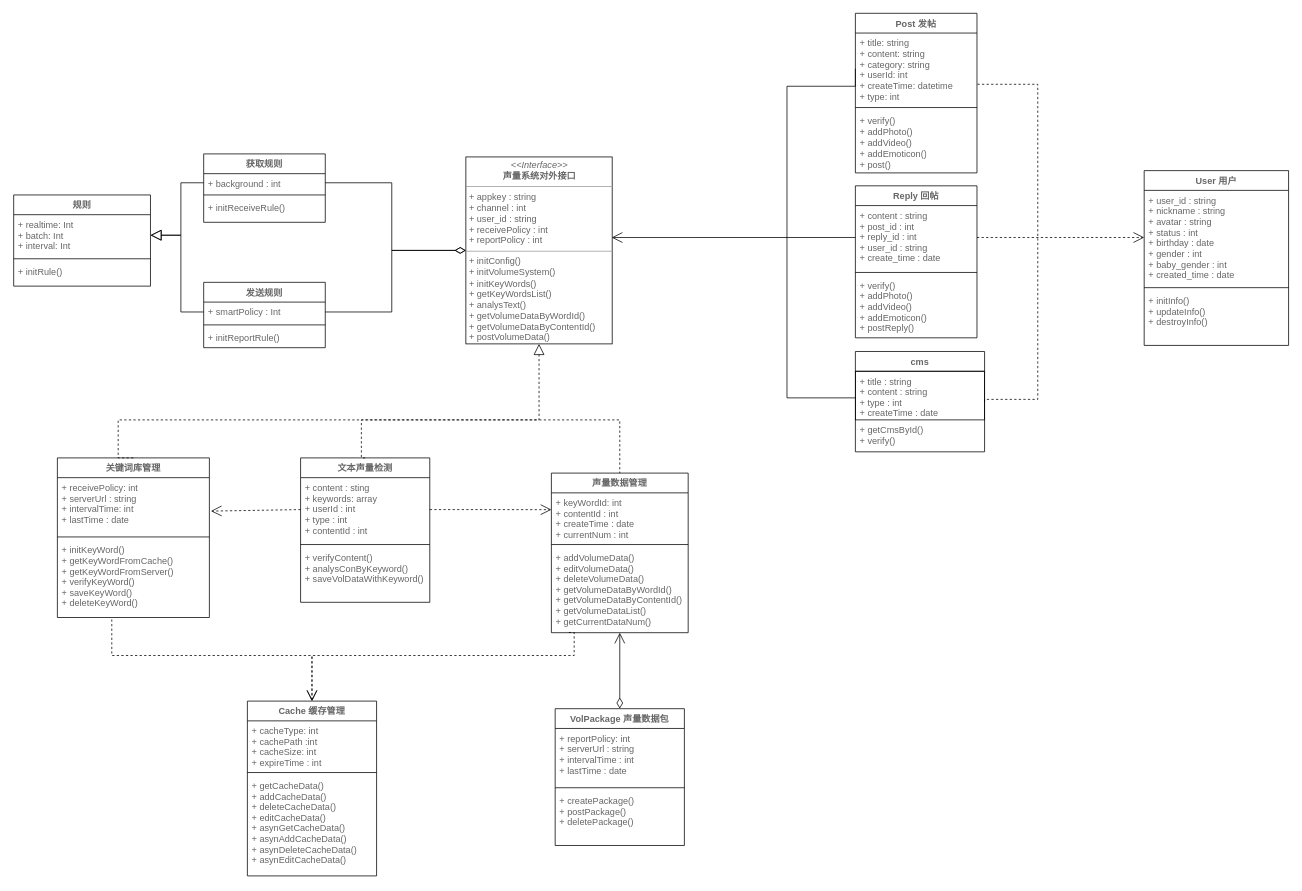
Earlier version of the draw.io diagram page "Page-4" (4 of 5) of 声量系统UML.drawio (ikeyyang/uml). Source tidied: cells renumbered, new cells numbered last; positions are measured from the earlier drawing's top-left corner, leaving out a move shared by most shapes. Both pictures are drawn from the tidied source at 76%, with x=0, y=0 at pixel (13, 13).
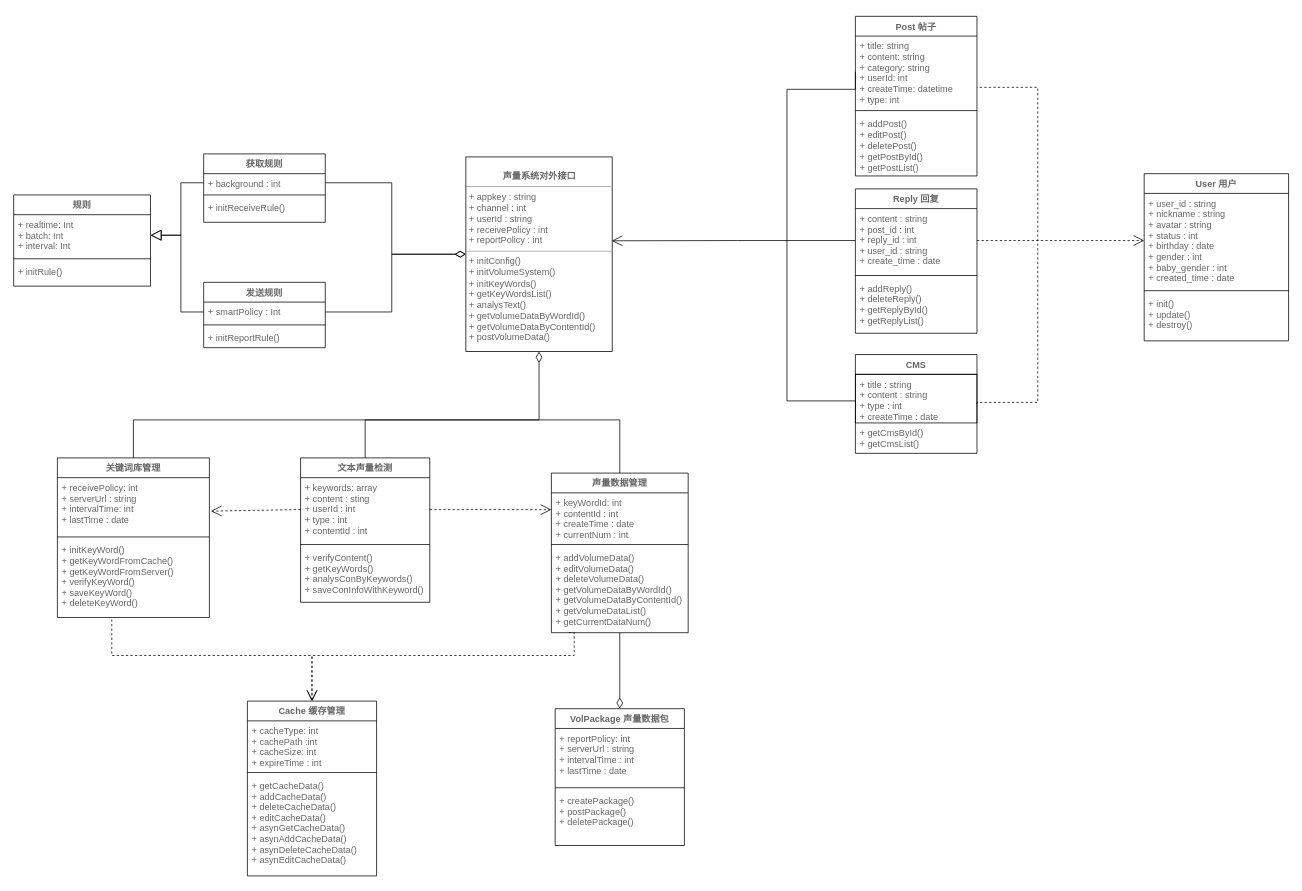
Above is the later version.

Unchanged cells that the change refers to:
```xml
<mxCell id="12" value="+ title: string&#10;+ content: string&#10;+ category: string&#10;+ userId: int&#10;+ createTime: datetime&#10;+ type: int" style="text;strokeColor=none;fillColor=none;align=left;verticalAlign=top;spacingLeft=4;spacingRight=4;overflow=hidden;points=[[0,0.5],[1,0.5]];portConstraint=eastwest;fontColor=#666666;" parent="11" vertex="1">
  <mxGeometry y="26" width="160" height="94" as="geometry" />
</mxCell>
<mxCell id="16" value="文本声量检测" style="swimlane;fontStyle=1;align=center;verticalAlign=top;horizontal=1;startSize=26;strokeColor=#000000;strokeWidth=1;fillColor=none;fontColor=#666666;" parent="1" vertex="1">
  <mxGeometry x="378" y="585" width="170" height="190" as="geometry" />
</mxCell>
<mxCell id="21" value="关键词库管理" style="swimlane;fontStyle=1;align=center;verticalAlign=top;horizontal=1;startSize=26;strokeColor=#000000;strokeWidth=1;fillColor=none;fontColor=#666666;" parent="1" vertex="1">
  <mxGeometry x="58" y="585" width="200" height="210" as="geometry" />
</mxCell>
<mxCell id="25" value="声量数据管理" style="swimlane;fontStyle=1;align=center;verticalAlign=top;horizontal=1;startSize=26;strokeColor=#000000;strokeWidth=1;fillColor=none;fontColor=#666666;" parent="1" vertex="1">
  <mxGeometry x="708" y="605" width="180" height="210" as="geometry" />
</mxCell>
<mxCell id="28" value="+ addVolumeData()&#10;+ editVolumeData()&#10;+ deleteVolumeData()&#10;+ getVolumeDataByWordId()&#10;+ getVolumeDataByContentId()&#10;+ getVolumeDataList()&#10;+ getCurrentDataNum()" style="text;strokeColor=none;fillColor=none;align=left;verticalAlign=top;spacingLeft=4;spacingRight=4;overflow=hidden;points=[[0,0.5],[1,0.5]];portConstraint=eastwest;fontColor=#666666;" parent="25" vertex="1">
  <mxGeometry y="98" width="180" height="112" as="geometry" />
</mxCell>
<mxCell id="34" value="VolPackage 声量数据包" style="swimlane;fontStyle=1;align=center;verticalAlign=top;horizontal=1;startSize=26;strokeColor=#000000;strokeWidth=1;fillColor=none;fontColor=#666666;" parent="1" vertex="1">
  <mxGeometry x="713" y="915" width="170" height="180" as="geometry" />
</mxCell>
```

The edit, as a diff of the source:
```diff
@@
-    <mxCell id="2" value="&lt;p style=&quot;margin: 0px ; margin-top: 4px ; text-align: center&quot;&gt;&lt;font&gt;&lt;i&gt;&amp;lt;&amp;lt;Interface&amp;gt;&amp;gt;&lt;/i&gt;&lt;br&gt;&lt;b&gt;声量系统对外接口&lt;/b&gt;&lt;/font&gt;&lt;/p&gt;&lt;hr size=&quot;1&quot;&gt;&lt;p style=&quot;margin: 0px ; margin-left: 4px&quot;&gt;&lt;font&gt;+ appkey : string&lt;br&gt;+ channel : int&lt;/font&gt;&lt;/p&gt;&lt;p style=&quot;margin: 0px ; margin-left: 4px&quot;&gt;&lt;font&gt;+ user_id : string&lt;/font&gt;&lt;/p&gt;&lt;p style=&quot;margin: 0px ; margin-left: 4px&quot;&gt;&lt;font&gt;+ receivePolicy : int&lt;/font&gt;&lt;/p&gt;&lt;p style=&quot;margin: 0px ; margin-left: 4px&quot;&gt;&lt;font&gt;+ reportPolicy : int&amp;nbsp;&lt;/font&gt;&lt;/p&gt;&lt;hr size=&quot;1&quot;&gt;&lt;p style=&quot;margin: 0px ; margin-left: 4px&quot;&gt;&lt;font&gt;+ initConfig()&lt;/font&gt;&lt;/p&gt;&lt;p style=&quot;margin: 0px ; margin-left: 4px&quot;&gt;&lt;font&gt;+ initVolumeSystem()&lt;/font&gt;&lt;/p&gt;&lt;p style=&quot;margin: 0px ; margin-left: 4px&quot;&gt;&lt;font&gt;+ initKeyWords()&lt;/font&gt;&lt;/p&gt;&lt;p style=&quot;margin: 0px ; margin-left: 4px&quot;&gt;&lt;font&gt;+ getKeyWordsList()&lt;/font&gt;&lt;/p&gt;&lt;p style=&quot;margin: 0px ; margin-left: 4px&quot;&gt;&lt;font&gt;+ analysText()&lt;/font&gt;&lt;/p&gt;&lt;p style=&quot;margin: 0px ; margin-left: 4px&quot;&gt;&lt;font&gt;+ getVolumeDataByWordId()&lt;/font&gt;&lt;/p&gt;&lt;p style=&quot;margin: 0px ; margin-left: 4px&quot;&gt;&lt;font&gt;+ getVolumeDataByContentId()&lt;/font&gt;&lt;/p&gt;&lt;p style=&quot;margin: 0px ; margin-left: 4px&quot;&gt;&lt;font&gt;+ postVolumeData()&lt;/font&gt;&lt;/p&gt;&lt;p style=&quot;margin: 0px ; margin-left: 4px&quot;&gt;&lt;br&gt;&lt;/p&gt;" style="verticalAlign=top;align=left;overflow=fill;fontSize=12;fontFamily=Helvetica;html=1;strokeColor=#000000;strokeWidth=1;fillColor=none;fontColor=#666666;" parent="1" vertex="1">
-      <mxGeometry x="595.5" y="189" width="192.5" height="246" as="geometry" />
+    <mxCell id="2" value="&lt;p style=&quot;margin: 0px ; margin-top: 4px ; text-align: center&quot;&gt;&lt;font&gt;&lt;br&gt;&lt;b&gt;声量系统对外接口&lt;/b&gt;&lt;/font&gt;&lt;/p&gt;&lt;hr size=&quot;1&quot;&gt;&lt;p style=&quot;margin: 0px ; margin-left: 4px&quot;&gt;&lt;font&gt;+ appkey : string&lt;br&gt;+ channel : int&lt;/font&gt;&lt;/p&gt;&lt;p style=&quot;margin: 0px ; margin-left: 4px&quot;&gt;&lt;font&gt;+ userId : string&lt;/font&gt;&lt;/p&gt;&lt;p style=&quot;margin: 0px ; margin-left: 4px&quot;&gt;&lt;font&gt;+ receivePolicy : int&lt;/font&gt;&lt;/p&gt;&lt;p style=&quot;margin: 0px ; margin-left: 4px&quot;&gt;&lt;font&gt;+ reportPolicy : int&amp;nbsp;&lt;/font&gt;&lt;/p&gt;&lt;hr size=&quot;1&quot;&gt;&lt;p style=&quot;margin: 0px ; margin-left: 4px&quot;&gt;&lt;span&gt;+ initConfig()&lt;/span&gt;&lt;br&gt;&lt;/p&gt;&lt;p style=&quot;margin: 0px ; margin-left: 4px&quot;&gt;&lt;font&gt;+ initVolumeSystem()&lt;/font&gt;&lt;/p&gt;&lt;p style=&quot;margin: 0px ; margin-left: 4px&quot;&gt;&lt;font&gt;+ initKeyWords()&lt;/font&gt;&lt;/p&gt;&lt;p style=&quot;margin: 0px ; margin-left: 4px&quot;&gt;&lt;font&gt;+ getKeyWordsList()&lt;/font&gt;&lt;/p&gt;&lt;p style=&quot;margin: 0px ; margin-left: 4px&quot;&gt;&lt;font&gt;+ analysText()&lt;/font&gt;&lt;/p&gt;&lt;p style=&quot;margin: 0px ; margin-left: 4px&quot;&gt;&lt;font&gt;+ getVolumeDataByWordId()&lt;/font&gt;&lt;/p&gt;&lt;p style=&quot;margin: 0px ; margin-left: 4px&quot;&gt;&lt;font&gt;+ getVolumeDataByContentId()&lt;/font&gt;&lt;/p&gt;&lt;p style=&quot;margin: 0px ; margin-left: 4px&quot;&gt;&lt;font&gt;+ postVolumeData()&lt;/font&gt;&lt;/p&gt;&lt;p style=&quot;margin: 0px ; margin-left: 4px&quot;&gt;&lt;br&gt;&lt;/p&gt;" style="verticalAlign=top;align=left;overflow=fill;fontSize=12;fontFamily=Helvetica;html=1;strokeColor=#000000;strokeWidth=1;fillColor=none;fontColor=#666666;" parent="1" vertex="1">
+      <mxGeometry x="595.5" y="189" width="192.5" height="256" as="geometry" />
     </mxCell>
-    <mxCell id="3" value="Reply 回帖" style="swimlane;fontStyle=1;align=center;verticalAlign=top;horizontal=1;startSize=26;strokeColor=#000000;strokeWidth=1;fillColor=none;fontColor=#666666;" parent="1" vertex="1">
-      <mxGeometry x="1108" y="227" width="160" height="200" as="geometry" />
+    <mxCell id="3" value="Reply 回复" style="swimlane;fontStyle=1;align=center;verticalAlign=top;horizontal=1;startSize=26;strokeColor=#000000;strokeWidth=1;fillColor=none;fontColor=#666666;" parent="1" vertex="1">
+      <mxGeometry x="1108" y="231" width="160" height="190" as="geometry" />
     </mxCell>
@@
-    <mxCell id="6" value="+ verify()&#10;+ addPhoto()&#10;+ addVideo()&#10;+ addEmoticon()&#10;+ postReply()" style="text;strokeColor=none;fillColor=none;align=left;verticalAlign=top;spacingLeft=4;spacingRight=4;overflow=hidden;fontColor=#666666;" parent="3" vertex="1">
-      <mxGeometry y="118" width="160" height="82" as="geometry" />
+    <mxCell id="6" value="+ addReply()&#10;+ deleteReply()&#10;+ getReplyById()&#10;+ getReplyList()" style="text;strokeColor=none;fillColor=none;align=left;verticalAlign=top;spacingLeft=4;spacingRight=4;overflow=hidden;fontColor=#666666;" parent="3" vertex="1">
+      <mxGeometry y="118" width="160" height="72" as="geometry" />
     </mxCell>
     <mxCell id="7" style="edgeStyle=orthogonalEdgeStyle;rounded=0;jettySize=auto;html=1;exitX=1;exitY=0.5;exitDx=0;exitDy=0;entryX=1;entryY=0.717;entryDx=0;entryDy=0;entryPerimeter=0;dashed=1;startSize=12;endArrow=none;endFill=0;endSize=12;fontColor=#666666;" parent="1" edge="1" source="8" target="12">
       <mxGeometry relative="1" as="geometry">
         <Array as="points">
-          <mxPoint x="1348" y="508" />
-          <mxPoint x="1348" y="93" />
+          <mxPoint x="1348" y="512" />
+          <mxPoint x="1348" y="97" />
         </Array>
       </mxGeometry>
     </mxCell>
-    <mxCell id="8" value="cms" style="swimlane;fontStyle=1;align=center;verticalAlign=top;horizontal=1;startSize=26;strokeColor=#000000;strokeWidth=1;fillColor=none;fontColor=#666666;" parent="1" vertex="1">
-      <mxGeometry x="1108" y="445" width="170" height="132" as="geometry" />
+    <mxCell id="8" value="CMS" style="swimlane;fontStyle=1;align=center;verticalAlign=top;horizontal=1;startSize=26;strokeColor=#000000;strokeWidth=1;fillColor=none;fontColor=#666666;" parent="1" vertex="1">
+      <mxGeometry x="1108" y="449" width="160" height="130" as="geometry" />
     </mxCell>
     <mxCell id="9" value="+ title : string&#10;+ content : string&#10;+ type : int&#10;+ createTime : date" style="text;strokeColor=#000000;fillColor=none;align=left;verticalAlign=top;spacingLeft=4;spacingRight=4;overflow=hidden;points=[[0,0.5],[1,0.5]];portConstraint=eastwest;strokeWidth=1;fontColor=#666666;" parent="8" vertex="1">
-      <mxGeometry y="26" width="170" height="64" as="geometry" />
+      <mxGeometry y="26" width="160" height="64" as="geometry" />
     </mxCell>
-    <mxCell id="10" value="+ getCmsById()&#10;+ verify()" style="text;strokeColor=none;fillColor=none;align=left;verticalAlign=top;spacingLeft=4;spacingRight=4;overflow=hidden;fontColor=#666666;" parent="8" vertex="1">
-      <mxGeometry y="90" width="170" height="42" as="geometry" />
+    <mxCell id="10" value="+ getCmsById()&#10;+ getCmsList()" style="text;strokeColor=none;fillColor=none;align=left;verticalAlign=top;spacingLeft=4;spacingRight=4;overflow=hidden;fontColor=#666666;" parent="8" vertex="1">
+      <mxGeometry y="90" width="160" height="40" as="geometry" />
     </mxCell>
-    <mxCell id="11" value="Post 发帖" style="swimlane;fontStyle=1;align=center;verticalAlign=top;horizontal=1;startSize=26;strokeColor=#000000;strokeWidth=1;fillColor=none;fontColor=#666666;" parent="1" vertex="1">
-      <mxGeometry x="1108" width="160" height="210" as="geometry" />
+    <mxCell id="11" value="Post 帖子" style="swimlane;fontStyle=1;align=center;verticalAlign=top;horizontal=1;startSize=26;strokeColor=#000000;strokeWidth=1;fillColor=none;fontColor=#666666;" parent="1" vertex="1">
+      <mxGeometry x="1108" y="4" width="160" height="210" as="geometry" />
     </mxCell>
@@
-    <mxCell id="14" value="+ verify()&#10;+ addPhoto()&#10;+ addVideo()&#10;+ addEmoticon()&#10;+ post()" style="text;strokeColor=none;fillColor=none;align=left;verticalAlign=top;spacingLeft=4;spacingRight=4;overflow=hidden;whiteSpace=wrap;fontColor=#666666;" parent="11" vertex="1">
+    <mxCell id="14" value="+ addPost()&#10;+ editPost()&#10;+ deletePost()&#10;+ getPostById()&#10;+ getPostList()" style="text;strokeColor=none;fillColor=none;align=left;verticalAlign=top;spacingLeft=4;spacingRight=4;overflow=hidden;whiteSpace=wrap;fontColor=#666666;" parent="11" vertex="1">
       <mxGeometry y="128" width="160" height="82" as="geometry" />
     </mxCell>
-    <mxCell id="15" style="edgeStyle=orthogonalEdgeStyle;rounded=0;comic=0;jumpStyle=none;jettySize=auto;html=1;exitX=0.5;exitY=0;exitDx=0;exitDy=0;entryX=0.5;entryY=1;entryDx=0;entryDy=0;shadow=0;startArrow=none;startFill=0;startSize=12;endArrow=block;endFill=0;endSize=12;strokeColor=#000000;strokeWidth=1;fillColor=#FFFFFF;dashed=1;fontColor=#666666;" parent="1" edge="1" source="16" target="2">
+    <mxCell id="15" style="edgeStyle=orthogonalEdgeStyle;rounded=0;jettySize=auto;html=1;exitX=0.5;exitY=0;exitDx=0;exitDy=0;entryX=0.5;entryY=1;entryDx=0;entryDy=0;startArrow=none;startFill=0;startSize=12;endArrow=diamondThin;endFill=0;endSize=12;fontColor=#666666;" parent="1" edge="1" source="16" target="2">
       <mxGeometry relative="1" as="geometry">
         <Array as="points">
-          <mxPoint x="458" y="535" />
-          <mxPoint x="691" y="535" />
+          <mxPoint x="463" y="535" />
+          <mxPoint x="692" y="535" />
         </Array>
       </mxGeometry>
     </mxCell>
@@
-    <mxCell id="17" value="+ content : sting&#10;+ keywords: array&#10;+ userId : int&#10;+ type : int&#10;+ contentId : int" style="text;strokeColor=none;fillColor=none;align=left;verticalAlign=top;spacingLeft=4;spacingRight=4;overflow=hidden;points=[[0,0.5],[1,0.5]];portConstraint=eastwest;fontColor=#666666;" parent="16" vertex="1">
+    <mxCell id="17" value="+ keywords: array&#10;+ content : sting&#10;+ userId : int&#10;+ type : int&#10;+ contentId : int" style="text;strokeColor=none;fillColor=none;align=left;verticalAlign=top;spacingLeft=4;spacingRight=4;overflow=hidden;points=[[0,0.5],[1,0.5]];portConstraint=eastwest;fontColor=#666666;" parent="16" vertex="1">
       <mxGeometry y="26" width="170" height="84" as="geometry" />
     </mxCell>
@@
-    <mxCell id="19" value="+ verifyContent()&#10;+ analysConByKeyword()&#10;+ saveVolDataWithKeyword()" style="text;strokeColor=none;fillColor=none;align=left;verticalAlign=top;spacingLeft=4;spacingRight=4;overflow=hidden;fontColor=#666666;" parent="16" vertex="1">
+    <mxCell id="19" value="+ verifyContent()&#10;+ getKeyWords()&#10;+ analysConByKeywords()&#10;+ saveConInfoWithKeyword()" style="text;strokeColor=none;fillColor=none;align=left;verticalAlign=top;spacingLeft=4;spacingRight=4;overflow=hidden;fontColor=#666666;" parent="16" vertex="1">
       <mxGeometry y="118" width="170" height="72" as="geometry" />
     </mxCell>
-    <mxCell id="20" style="edgeStyle=orthogonalEdgeStyle;rounded=0;comic=0;jumpStyle=none;jettySize=auto;html=1;exitX=0.5;exitY=0;exitDx=0;exitDy=0;entryX=0.5;entryY=0;entryDx=0;entryDy=0;shadow=0;startArrow=none;startFill=0;startSize=12;endArrow=none;endFill=0;endSize=12;strokeColor=#000000;strokeWidth=1;fillColor=#FFFFFF;dashed=1;fontColor=#666666;" parent="1" edge="1" source="21" target="25">
+    <mxCell id="20" style="edgeStyle=orthogonalEdgeStyle;rounded=0;jettySize=auto;html=1;exitX=0.5;exitY=0;exitDx=0;exitDy=0;entryX=0.5;entryY=0;entryDx=0;entryDy=0;startArrow=none;startFill=0;startSize=12;endArrow=none;endFill=0;endSize=12;fontColor=#666666;" parent="1" edge="1" source="21" target="25">
       <mxGeometry relative="1" as="geometry">
         <Array as="points">
-          <mxPoint x="138" y="535" />
+          <mxPoint x="158" y="535" />
           <mxPoint x="798" y="535" />
         </Array>
       </mxGeometry>
     </mxCell>
@@
-    <mxCell id="33" style="edgeStyle=orthogonalEdgeStyle;rounded=0;comic=0;jumpStyle=none;jettySize=auto;html=1;exitX=0.5;exitY=0;exitDx=0;exitDy=0;entryX=0.5;entryY=1;entryDx=0;entryDy=0;entryPerimeter=0;shadow=0;startArrow=diamondThin;startFill=0;startSize=12;endArrow=open;endFill=0;endSize=12;strokeColor=#000000;strokeWidth=1;fillColor=#FFFFFF;fontColor=#666666;" parent="1" edge="1" source="34" target="28">
+    <mxCell id="33" style="edgeStyle=orthogonalEdgeStyle;rounded=0;comic=0;jumpStyle=none;jettySize=auto;html=1;exitX=0.5;exitY=0;exitDx=0;exitDy=0;entryX=0.5;entryY=1;entryDx=0;entryDy=0;entryPerimeter=0;shadow=0;startArrow=diamondThin;startFill=0;startSize=12;endArrow=none;endFill=0;endSize=12;strokeColor=#000000;strokeWidth=1;fillColor=#FFFFFF;fontColor=#666666;" parent="1" edge="1" source="34" target="28">
       <mxGeometry relative="1" as="geometry" />
     </mxCell>
@@
     <mxCell id="38" value="User 用户" style="swimlane;fontStyle=1;align=center;verticalAlign=top;horizontal=1;startSize=26;strokeColor=#000000;strokeWidth=1;fillColor=none;fontColor=#666666;" parent="1" vertex="1">
-      <mxGeometry x="1488" y="207" width="190" height="230" as="geometry" />
+      <mxGeometry x="1488" y="211" width="190" height="220" as="geometry" />
     </mxCell>
@@
-    <mxCell id="41" value="+ initInfo()&#10;+ updateInfo()&#10;+ destroyInfo()&#10;" style="text;strokeColor=none;fillColor=none;align=left;verticalAlign=top;spacingLeft=4;spacingRight=4;overflow=hidden;fontColor=#666666;" parent="38" vertex="1">
-      <mxGeometry y="158" width="190" height="72" as="geometry" />
+    <mxCell id="41" value="+ init()&#10;+ update()&#10;+ destroy()&#10;" style="text;strokeColor=none;fillColor=none;align=left;verticalAlign=top;spacingLeft=4;spacingRight=4;overflow=hidden;fontColor=#666666;" parent="38" vertex="1">
+      <mxGeometry y="158" width="190" height="62" as="geometry" />
     </mxCell>
@@
     <mxCell id="56" style="edgeStyle=orthogonalEdgeStyle;rounded=0;comic=0;jumpStyle=none;jettySize=auto;html=1;exitX=0;exitY=0.5;exitDx=0;exitDy=0;shadow=0;startArrow=none;startFill=0;startSize=12;endArrow=none;endFill=0;endSize=12;strokeColor=#000000;strokeWidth=1;fillColor=#FFFFFF;fontColor=#666666;" parent="1" edge="1" source="12" target="9">
       <mxGeometry relative="1" as="geometry">
         <Array as="points">
-          <mxPoint x="1108" y="96" />
-          <mxPoint x="1018" y="96" />
-          <mxPoint x="1018" y="506" />
+          <mxPoint x="1108" y="100" />
+          <mxPoint x="1018" y="100" />
+          <mxPoint x="1018" y="510" />
         </Array>
       </mxGeometry>
     </mxCell>
```
